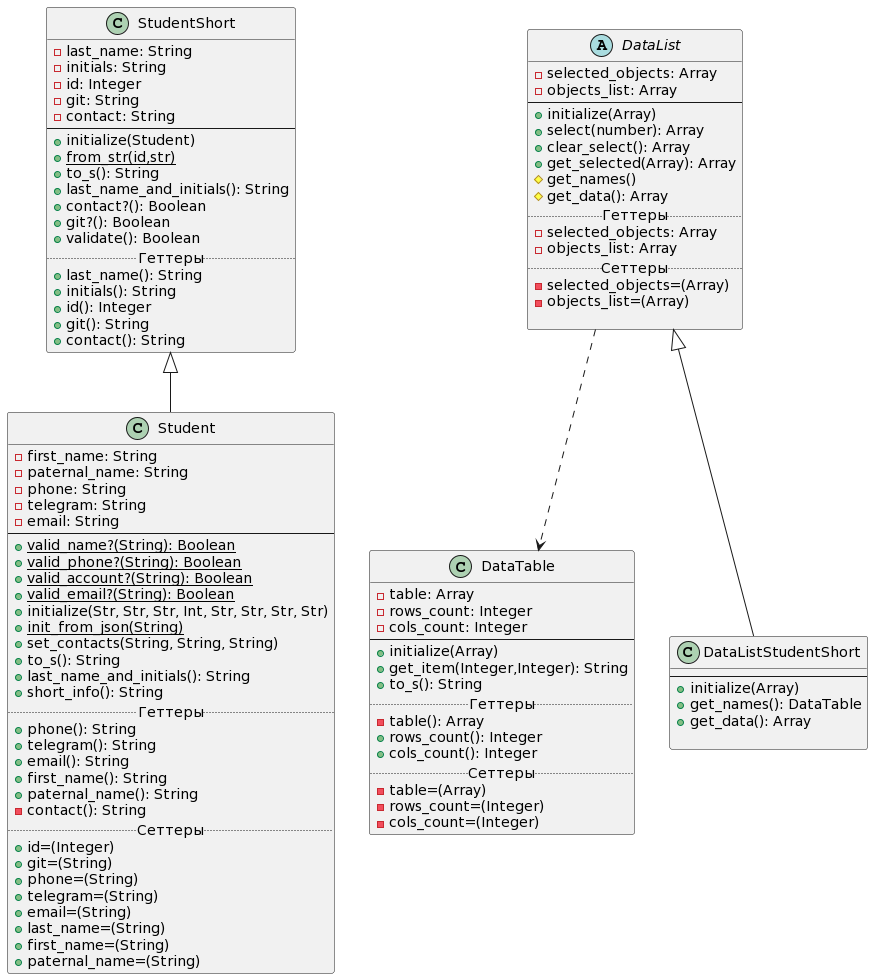
Above: Diagrams/class_diagram_lab2.png in waasabi13/ruby_labs (PlantUML), before the change.
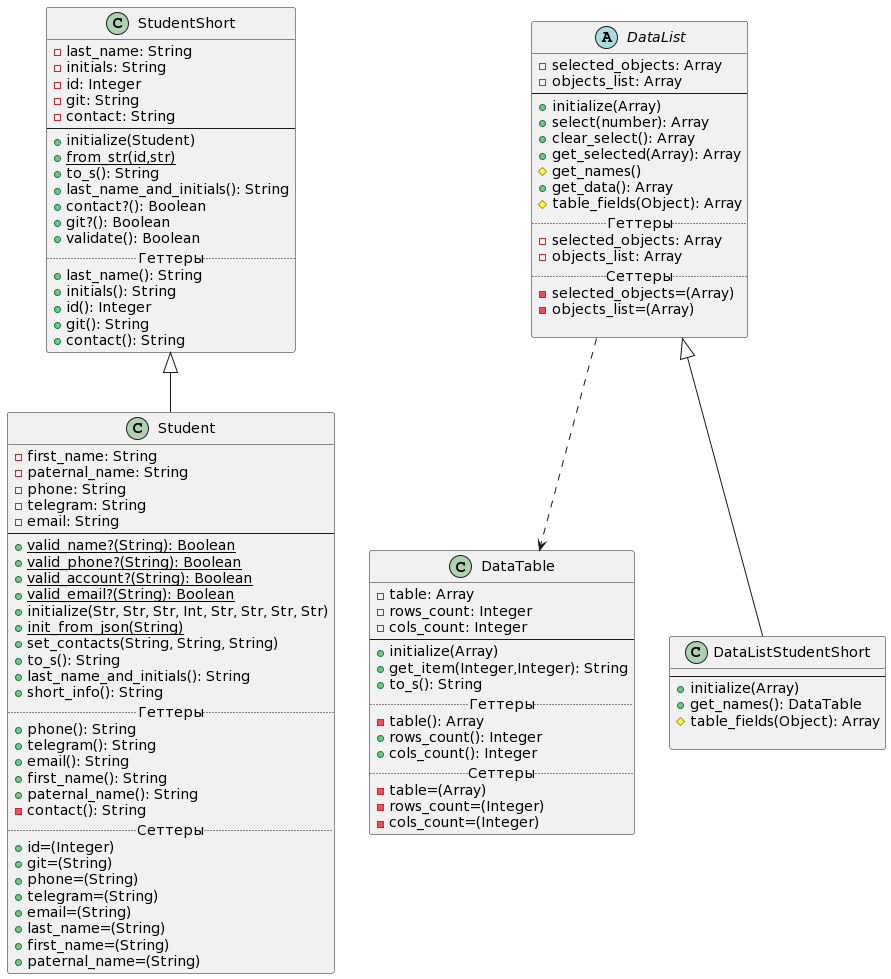
Later version of the same file.

Commit message:
Реализован паттерн Шаблон(я надеюсь) + диаграммы

Diff of the diagram source:
```diff
@@ -68,7 +68,8 @@
     +clear_select(): Array
     +get_selected(Array): Array
     #get_names()
-    #get_data(): Array
+    +get_data(): Array
+    #table_fields(Object): Array
     ..Геттеры..
     -selected_objects: Array
     -objects_list: Array
@@ -100,7 +101,7 @@
      --
      +initialize(Array)
      +get_names(): DataTable
-     +get_data(): Array
+    #table_fields(Object): Array
 
  }
 
```
